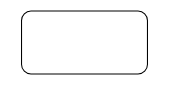
The draw.io diagram Uni Stuff/German 6/Untitled Diagram.svg in EpikStatNotes101/OUR-Notes, before a commit. Source tidied: cells renumbered, new cells last; positions are measured from the earlier drawing's top-left corner, leaving out a move shared by most shapes. Source of this version:
```xml
<mxGraphModel>
  <root>
    <mxCell id="0" />
    <mxCell id="1" parent="0" />
    <mxCell id="2" style="rounded=1;whiteSpace=wrap;html=1;strokeColor=currentColor;fillColor=#ffffff;" parent="1" vertex="1">
      <mxGeometry width="120" height="60" as="geometry" />
    </mxCell>
  </root>
</mxGraphModel>
```
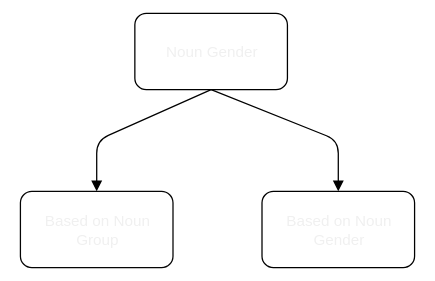
Above is the later version.

The edit, as a diff of the source:
```diff
@@ -2,8 +2,30 @@
   <root>
     <mxCell id="0" />
     <mxCell id="1" parent="0" />
+    <mxCell id="3" style="edgeStyle=none;sketch=0;html=1;exitX=0.5;exitY=1;exitDx=0;exitDy=0;endArrow=block;strokeColor=currentColor;" parent="1" edge="1" source="2">
+      <mxGeometry relative="1" as="geometry">
+        <mxPoint x="-30" y="140" as="targetPoint" />
+        <Array as="points">
+          <mxPoint x="-30" y="100" />
+        </Array>
+      </mxGeometry>
+    </mxCell>
+    <mxCell id="4" style="edgeStyle=none;sketch=0;html=1;exitX=0.5;exitY=1;exitDx=0;exitDy=0;endArrow=block;strokeColor=currentColor;" parent="1" edge="1" source="2">
+      <mxGeometry relative="1" as="geometry">
+        <mxPoint x="160" y="140" as="targetPoint" />
+        <Array as="points">
+          <mxPoint x="160" y="100" />
+        </Array>
+      </mxGeometry>
+    </mxCell>
-    <mxCell id="2" style="rounded=1;whiteSpace=wrap;html=1;strokeColor=currentColor;fillColor=#ffffff;" parent="1" vertex="1">
+    <mxCell id="2" value="Noun Gender" style="rounded=1;whiteSpace=wrap;html=1;strokeColor=#000000;fillColor=none;" parent="1" vertex="1">
       <mxGeometry width="120" height="60" as="geometry" />
     </mxCell>
+    <mxCell id="5" value="Based on Noun&lt;br&gt;Group" style="rounded=1;whiteSpace=wrap;html=1;strokeColor=#050505;fillColor=none;" parent="1" vertex="1">
+      <mxGeometry x="-90" y="140" width="120" height="60" as="geometry" />
+    </mxCell>
+    <mxCell id="6" value="Based on Noun&lt;br&gt;Gender" style="rounded=1;whiteSpace=wrap;html=1;strokeColor=#000000;fillColor=none;" parent="1" vertex="1">
+      <mxGeometry x="100" y="140" width="120" height="60" as="geometry" />
+    </mxCell>
   </root>
 </mxGraphModel>
```
